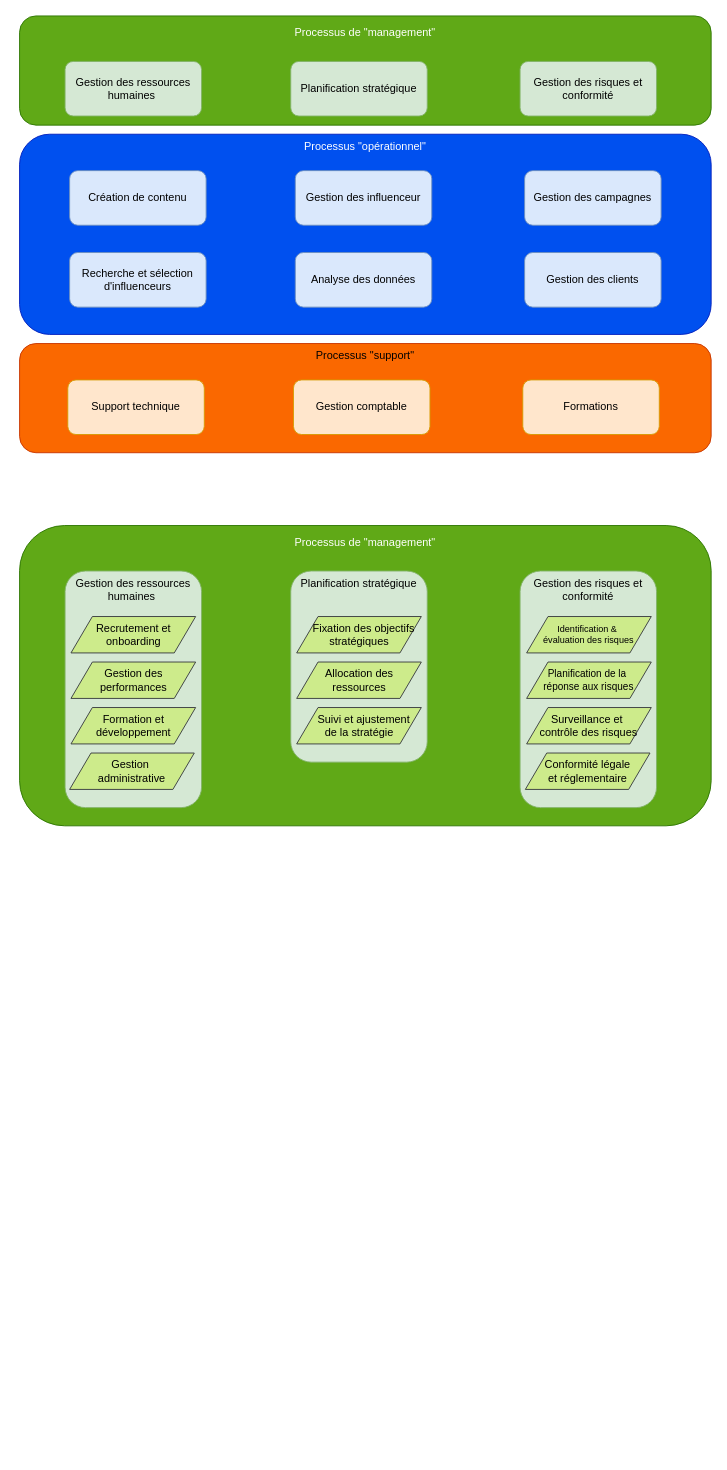
Before: Diagramme sans nom.drawio in yheguy/POEC, a draw.io diagram. Source tidied: cells renumbered, new cells numbered last; positions are measured from the earlier drawing's top-left corner, leaving out a move shared by most shapes. Both pictures are drawn from the tidied source at 91%, with x=0, y=0 at pixel (19, 15).
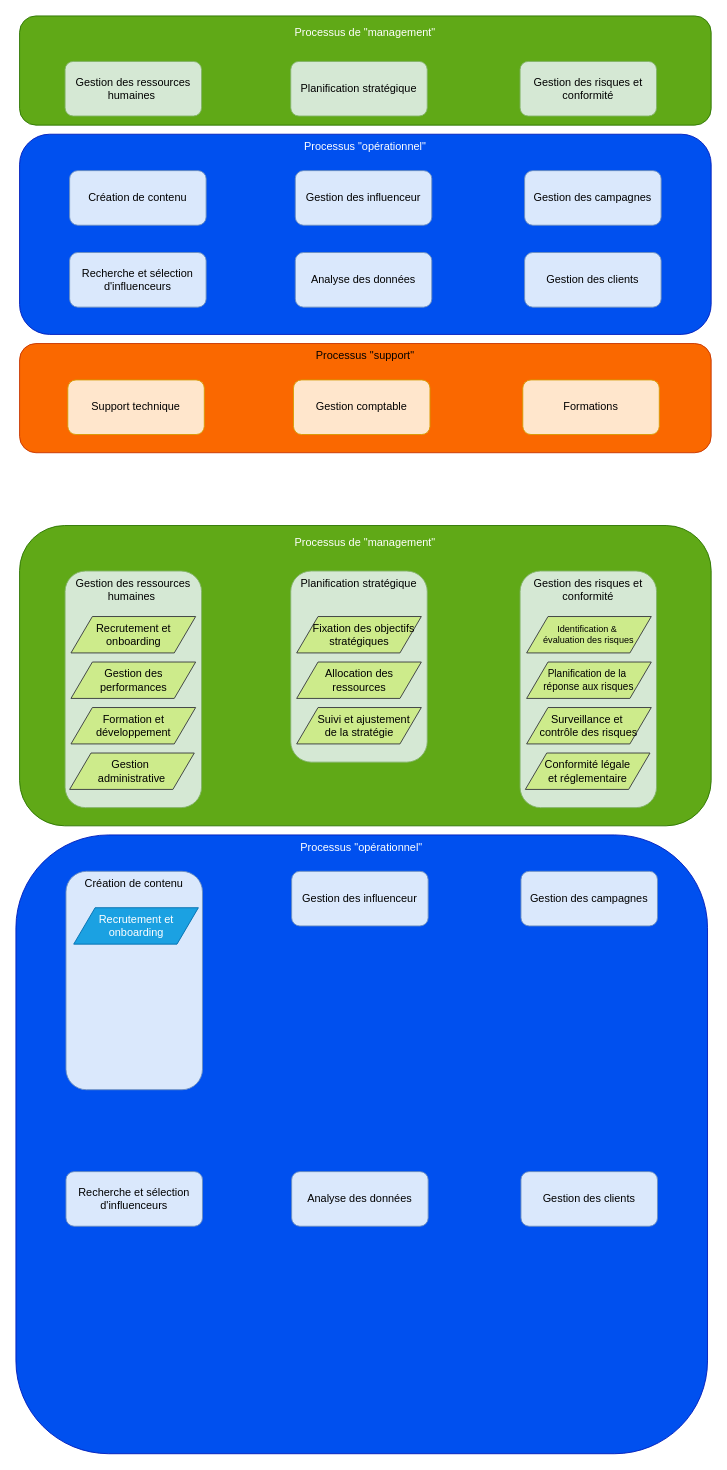
After the change.

Commit message:
Mettre à jour Diagramme sans nom.drawio

Diff of the diagram source:
```diff
@@
+    <mxCell id="32" value="Processus &quot;opérationnel&quot;" style="rounded=1;whiteSpace=wrap;html=1;fillColor=#0050ef;fontColor=#ffffff;strokeColor=#001DBC;verticalAlign=top;" parent="1" vertex="1">
+      <mxGeometry x="-4" y="900" width="760" height="680" as="geometry" />
+    </mxCell>
+    <mxCell id="33" value="Création de contenu" style="rounded=1;whiteSpace=wrap;html=1;fillColor=#dae8fc;strokeColor=#6c8ebf;verticalAlign=top;" parent="1" vertex="1">
+      <mxGeometry x="51" y="940" width="150" height="240" as="geometry" />
+    </mxCell>
+    <mxCell id="34" value="Gestion des influenceur" style="rounded=1;whiteSpace=wrap;html=1;fillColor=#dae8fc;strokeColor=#6c8ebf;" parent="1" vertex="1">
+      <mxGeometry x="299" y="940" width="150" height="60" as="geometry" />
+    </mxCell>
+    <mxCell id="35" value="Gestion des campagnes" style="rounded=1;whiteSpace=wrap;html=1;fillColor=#dae8fc;strokeColor=#6c8ebf;" parent="1" vertex="1">
+      <mxGeometry x="551" y="940" width="150" height="60" as="geometry" />
+    </mxCell>
+    <mxCell id="36" value="Recherche et sélection d'influenceurs" style="rounded=1;whiteSpace=wrap;html=1;fillColor=#dae8fc;strokeColor=#6c8ebf;" parent="1" vertex="1">
+      <mxGeometry x="51" y="1270" width="150" height="60" as="geometry" />
+    </mxCell>
+    <mxCell id="37" value="Analyse des données" style="rounded=1;whiteSpace=wrap;html=1;fillColor=#dae8fc;strokeColor=#6c8ebf;" parent="1" vertex="1">
+      <mxGeometry x="299" y="1270" width="150" height="60" as="geometry" />
+    </mxCell>
+    <mxCell id="38" value="Gestion des clients" style="rounded=1;whiteSpace=wrap;html=1;fillColor=#dae8fc;strokeColor=#6c8ebf;" parent="1" vertex="1">
+      <mxGeometry x="551" y="1270" width="150" height="60" as="geometry" />
+    </mxCell>
+    <mxCell id="39" value="Recrutement et onboarding" style="shape=parallelogram;perimeter=parallelogramPerimeter;whiteSpace=wrap;html=1;fixedSize=1;size=23.5;fillColor=#1ba1e2;strokeColor=#006EAF;fontColor=#ffffff;" parent="1" vertex="1">
+      <mxGeometry x="59.5" y="980" width="137" height="40" as="geometry" />
+    </mxCell>
```
